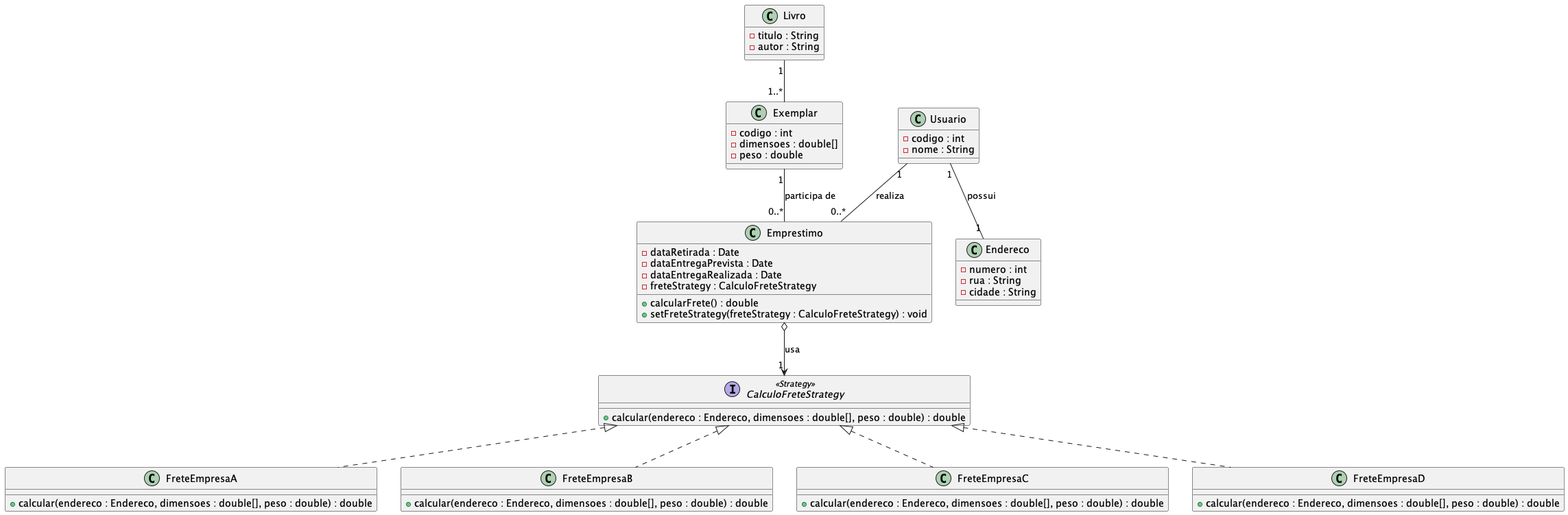
olivia-74/desafio-engenharia-de-software-grupo-7 keeps this PlantUML diagram as Parte_03/Diagrama_03.png. Above is the earlier version.
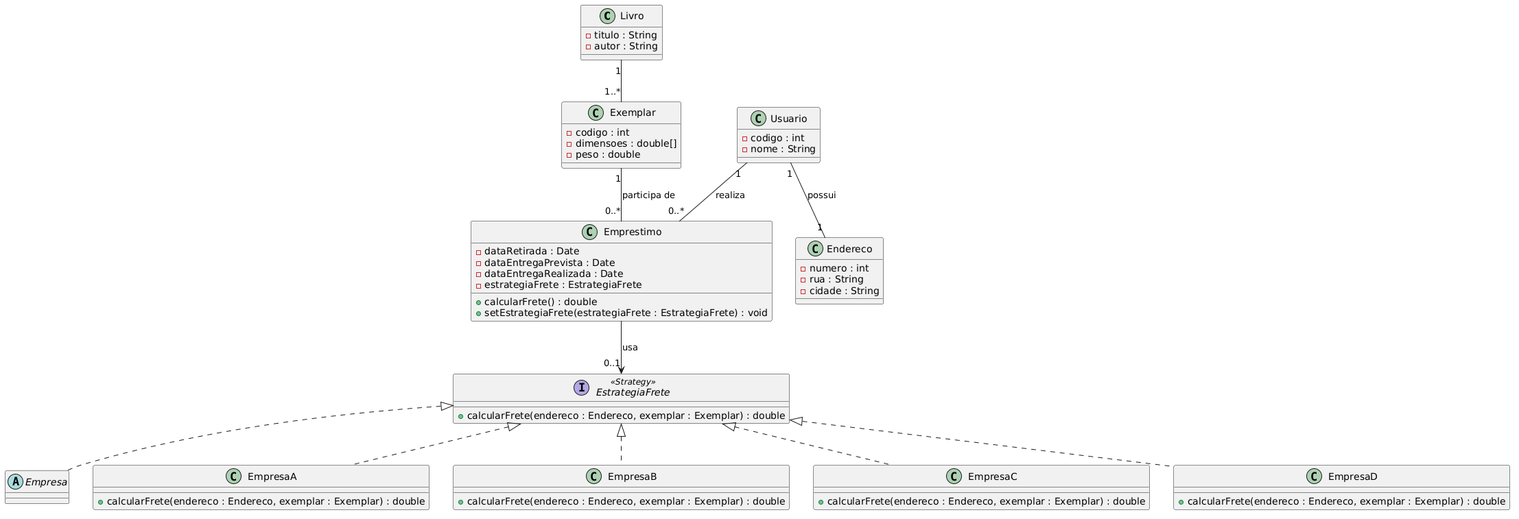
The same file after the commit.

The edit, as a diff of the source:
```diff
@@ -1,5 +1,4 @@
-@startuml Diagrama_03
-
+@startuml
 class Livro {
   - titulo : String
   - autor : String
@@ -26,29 +25,31 @@
   - dataRetirada : Date
   - dataEntregaPrevista : Date
   - dataEntregaRealizada : Date
-  - freteStrategy : CalculoFreteStrategy
+  - estrategiaFrete : EstrategiaFrete
   + calcularFrete() : double
-  + setFreteStrategy(freteStrategy : CalculoFreteStrategy) : void
+  + setEstrategiaFrete(estrategiaFrete : EstrategiaFrete) : void
 }
 
-interface CalculoFreteStrategy <<Strategy>> {
-  + calcular(endereco : Endereco, dimensoes : double[], peso : double) : double
+interface EstrategiaFrete <<Strategy>> {
+  + calcularFrete(endereco : Endereco, exemplar : Exemplar) : double
 }
 
-class FreteEmpresaA {
-  + calcular(endereco : Endereco, dimensoes : double[], peso : double) : double
+abstract class Empresa
+
+class EmpresaA {
+  + calcularFrete(endereco : Endereco, exemplar : Exemplar) : double
 }
 
-class FreteEmpresaB {
-  + calcular(endereco : Endereco, dimensoes : double[], peso : double) : double
+class EmpresaB {
+  + calcularFrete(endereco : Endereco, exemplar : Exemplar) : double
 }
 
-class FreteEmpresaC {
-  + calcular(endereco : Endereco, dimensoes : double[], peso : double) : double
+class EmpresaC {
+  + calcularFrete(endereco : Endereco, exemplar : Exemplar) : double
 }
 
-class FreteEmpresaD {
-  + calcular(endereco : Endereco, dimensoes : double[], peso : double) : double
+class EmpresaD {
+  + calcularFrete(endereco : Endereco, exemplar : Exemplar) : double
 }
 
 Livro "1" -- "1..*" Exemplar
@@ -56,10 +57,11 @@
 Exemplar "1" -- "0..*" Emprestimo : participa de
 Usuario "1" -- "1" Endereco : possui
 
-Emprestimo o--> "1" CalculoFreteStrategy : usa
+Emprestimo --> "0..1" EstrategiaFrete : usa
 
-CalculoFreteStrategy <|.. FreteEmpresaA
-CalculoFreteStrategy <|.. FreteEmpresaB
-CalculoFreteStrategy <|.. FreteEmpresaC
-CalculoFreteStrategy <|.. FreteEmpresaD
+EstrategiaFrete <|.. Empresa
+EstrategiaFrete <|.. EmpresaA
+EstrategiaFrete <|.. EmpresaB
+EstrategiaFrete <|.. EmpresaC
+EstrategiaFrete <|.. EmpresaD
 @enduml
```
